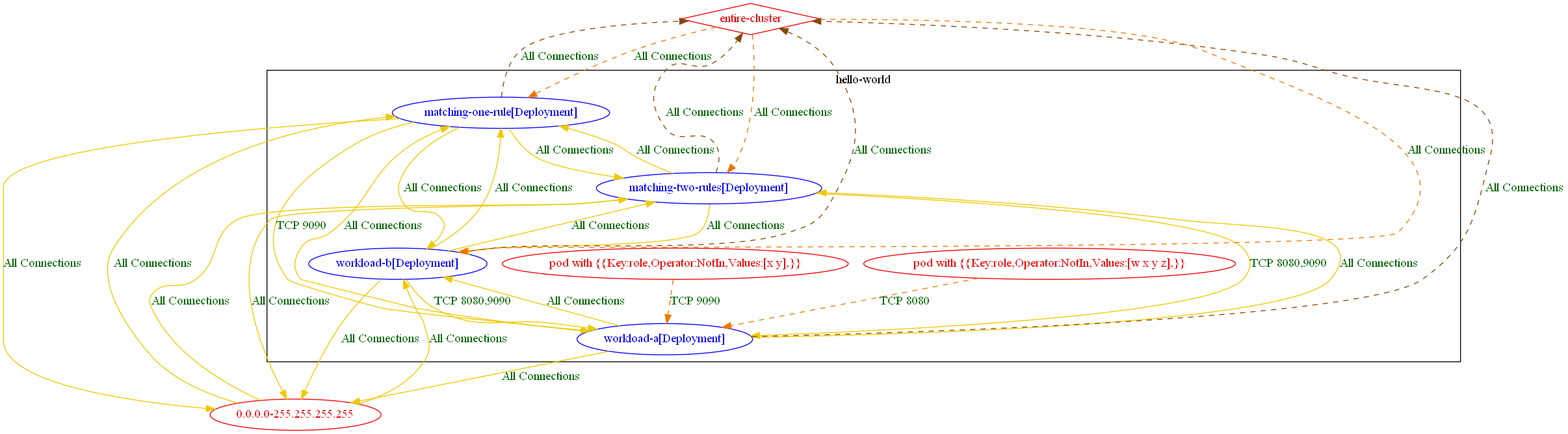
This is test_outputs/connlist/exposure_test_with_different_rules_4_with_matching_pods_exposure_output.dot.png from np-guard/netpol-analyzer, a Graphviz export, as it was before one commit. Its source is kept beside it as test_outputs/connlist/exposure_test_with_different_rules_4_with_matching_pods_exposure_output.dot. Its diagram source:
```dot
digraph {
	subgraph "cluster_hello_world" {
		color="black"
		fontcolor="black"
		"hello-world/matching-one-rule[Deployment]" [label="matching-one-rule[Deployment]" color="blue" fontcolor="blue"]
		"hello-world/matching-two-rules[Deployment]" [label="matching-two-rules[Deployment]" color="blue" fontcolor="blue"]
		"hello-world/workload-a[Deployment]" [label="workload-a[Deployment]" color="blue" fontcolor="blue"]
		"hello-world/workload-b[Deployment]" [label="workload-b[Deployment]" color="blue" fontcolor="blue"]
		"pod with {{Key:role,Operator:NotIn,Values:[w x y z],}}_in_hello-world" [label="pod with {{Key:role,Operator:NotIn,Values:[w x y z],}}" color="red2" fontcolor="red2"]
		"pod with {{Key:role,Operator:NotIn,Values:[x y],}}_in_hello-world" [label="pod with {{Key:role,Operator:NotIn,Values:[x y],}}" color="red2" fontcolor="red2"]
		label="hello-world"
	}
	"0.0.0.0-255.255.255.255" [label="0.0.0.0-255.255.255.255" color="red2" fontcolor="red2"]
	"entire-cluster" [label="entire-cluster" color="red2" fontcolor="red2" shape=diamond]
	"0.0.0.0-255.255.255.255" -> "hello-world/matching-one-rule[Deployment]" [label="All Connections" color="gold2" fontcolor="darkgreen" weight=0.5]
	"0.0.0.0-255.255.255.255" -> "hello-world/matching-two-rules[Deployment]" [label="All Connections" color="gold2" fontcolor="darkgreen" weight=0.5]
	"0.0.0.0-255.255.255.255" -> "hello-world/workload-b[Deployment]" [label="All Connections" color="gold2" fontcolor="darkgreen" weight=0.5]
	"entire-cluster" -> "hello-world/matching-one-rule[Deployment]" [label="All Connections" color="darkorange2" fontcolor="darkgreen" weight=1 style=dashed]
	"entire-cluster" -> "hello-world/matching-two-rules[Deployment]" [label="All Connections" color="darkorange2" fontcolor="darkgreen" weight=1 style=dashed]
	"entire-cluster" -> "hello-world/workload-b[Deployment]" [label="All Connections" color="darkorange2" fontcolor="darkgreen" weight=1 style=dashed]
	"hello-world/matching-one-rule[Deployment]" -> "0.0.0.0-255.255.255.255" [label="All Connections" color="gold2" fontcolor="darkgreen" weight=1]
	"hello-world/matching-one-rule[Deployment]" -> "entire-cluster" [label="All Connections" color="darkorange4" fontcolor="darkgreen" weight=0.5 style=dashed]
	"hello-world/matching-one-rule[Deployment]" -> "hello-world/matching-two-rules[Deployment]" [label="All Connections" color="gold2" fontcolor="darkgreen" weight=0.5]
	"hello-world/matching-one-rule[Deployment]" -> "hello-world/workload-a[Deployment]" [label="TCP 9090" color="gold2" fontcolor="darkgreen" weight=0.5]
	"hello-world/matching-one-rule[Deployment]" -> "hello-world/workload-b[Deployment]" [label="All Connections" color="gold2" fontcolor="darkgreen" weight=0.5]
	"hello-world/matching-two-rules[Deployment]" -> "0.0.0.0-255.255.255.255" [label="All Connections" color="gold2" fontcolor="darkgreen" weight=1]
	"hello-world/matching-two-rules[Deployment]" -> "entire-cluster" [label="All Connections" color="darkorange4" fontcolor="darkgreen" weight=0.5 style=dashed]
	"hello-world/matching-two-rules[Deployment]" -> "hello-world/matching-one-rule[Deployment]" [label="All Connections" color="gold2" fontcolor="darkgreen" weight=1]
	"hello-world/matching-two-rules[Deployment]" -> "hello-world/workload-a[Deployment]" [label="TCP 8080,9090" color="gold2" fontcolor="darkgreen" weight=0.5]
	"hello-world/matching-two-rules[Deployment]" -> "hello-world/workload-b[Deployment]" [label="All Connections" color="gold2" fontcolor="darkgreen" weight=0.5]
	"hello-world/workload-a[Deployment]" -> "0.0.0.0-255.255.255.255" [label="All Connections" color="gold2" fontcolor="darkgreen" weight=1]
	"hello-world/workload-a[Deployment]" -> "entire-cluster" [label="All Connections" color="darkorange4" fontcolor="darkgreen" weight=0.5 style=dashed]
	"hello-world/workload-a[Deployment]" -> "hello-world/matching-one-rule[Deployment]" [label="All Connections" color="gold2" fontcolor="darkgreen" weight=1]
	"hello-world/workload-a[Deployment]" -> "hello-world/matching-two-rules[Deployment]" [label="All Connections" color="gold2" fontcolor="darkgreen" weight=1]
	"hello-world/workload-a[Deployment]" -> "hello-world/workload-b[Deployment]" [label="All Connections" color="gold2" fontcolor="darkgreen" weight=0.5]
	"hello-world/workload-b[Deployment]" -> "0.0.0.0-255.255.255.255" [label="All Connections" color="gold2" fontcolor="darkgreen" weight=1]
	"hello-world/workload-b[Deployment]" -> "entire-cluster" [label="All Connections" color="darkorange4" fontcolor="darkgreen" weight=0.5 style=dashed]
	"hello-world/workload-b[Deployment]" -> "hello-world/matching-one-rule[Deployment]" [label="All Connections" color="gold2" fontcolor="darkgreen" weight=1]
	"hello-world/workload-b[Deployment]" -> "hello-world/matching-two-rules[Deployment]" [label="All Connections" color="gold2" fontcolor="darkgreen" weight=1]
	"hello-world/workload-b[Deployment]" -> "hello-world/workload-a[Deployment]" [label="TCP 8080,9090" color="gold2" fontcolor="darkgreen" weight=1]
	"pod with {{Key:role,Operator:NotIn,Values:[w x y z],}}_in_hello-world" -> "hello-world/workload-a[Deployment]" [label="TCP 8080" color="darkorange2" fontcolor="darkgreen" weight=1 style=dashed]
	"pod with {{Key:role,Operator:NotIn,Values:[x y],}}_in_hello-world" -> "hello-world/workload-a[Deployment]" [label="TCP 9090" color="darkorange2" fontcolor="darkgreen" weight=1 style=dashed]
}
```
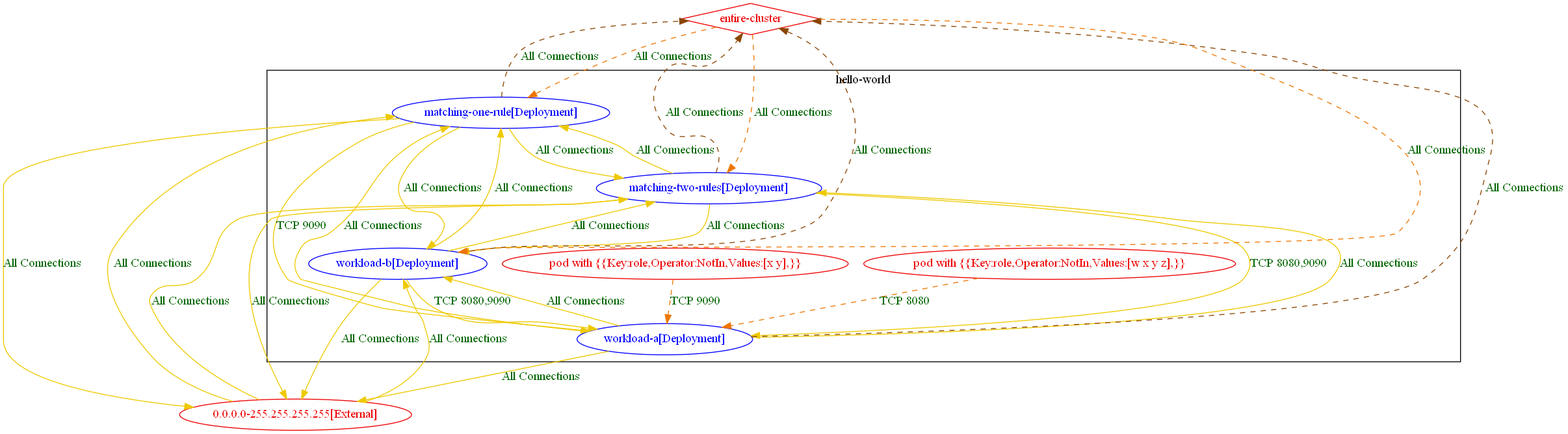
After the commit.

The edit, as a diff of the source:
```diff
@@ -10,30 +10,30 @@
 		"pod with {{Key:role,Operator:NotIn,Values:[x y],}}_in_hello-world" [label="pod with {{Key:role,Operator:NotIn,Values:[x y],}}" color="red2" fontcolor="red2"]
 		label="hello-world"
 	}
-	"0.0.0.0-255.255.255.255" [label="0.0.0.0-255.255.255.255" color="red2" fontcolor="red2"]
+	"0.0.0.0-255.255.255.255[External]" [label="0.0.0.0-255.255.255.255[External]" color="red2" fontcolor="red2"]
 	"entire-cluster" [label="entire-cluster" color="red2" fontcolor="red2" shape=diamond]
-	"0.0.0.0-255.255.255.255" -> "hello-world/matching-one-rule[Deployment]" [label="All Connections" color="gold2" fontcolor="darkgreen" weight=0.5]
-	"0.0.0.0-255.255.255.255" -> "hello-world/matching-two-rules[Deployment]" [label="All Connections" color="gold2" fontcolor="darkgreen" weight=0.5]
-	"0.0.0.0-255.255.255.255" -> "hello-world/workload-b[Deployment]" [label="All Connections" color="gold2" fontcolor="darkgreen" weight=0.5]
+	"0.0.0.0-255.255.255.255[External]" -> "hello-world/matching-one-rule[Deployment]" [label="All Connections" color="gold2" fontcolor="darkgreen" weight=0.5]
+	"0.0.0.0-255.255.255.255[External]" -> "hello-world/matching-two-rules[Deployment]" [label="All Connections" color="gold2" fontcolor="darkgreen" weight=0.5]
+	"0.0.0.0-255.255.255.255[External]" -> "hello-world/workload-b[Deployment]" [label="All Connections" color="gold2" fontcolor="darkgreen" weight=0.5]
 	"entire-cluster" -> "hello-world/matching-one-rule[Deployment]" [label="All Connections" color="darkorange2" fontcolor="darkgreen" weight=1 style=dashed]
 	"entire-cluster" -> "hello-world/matching-two-rules[Deployment]" [label="All Connections" color="darkorange2" fontcolor="darkgreen" weight=1 style=dashed]
 	"entire-cluster" -> "hello-world/workload-b[Deployment]" [label="All Connections" color="darkorange2" fontcolor="darkgreen" weight=1 style=dashed]
-	"hello-world/matching-one-rule[Deployment]" -> "0.0.0.0-255.255.255.255" [label="All Connections" color="gold2" fontcolor="darkgreen" weight=1]
+	"hello-world/matching-one-rule[Deployment]" -> "0.0.0.0-255.255.255.255[External]" [label="All Connections" color="gold2" fontcolor="darkgreen" weight=1]
 	"hello-world/matching-one-rule[Deployment]" -> "entire-cluster" [label="All Connections" color="darkorange4" fontcolor="darkgreen" weight=0.5 style=dashed]
 	"hello-world/matching-one-rule[Deployment]" -> "hello-world/matching-two-rules[Deployment]" [label="All Connections" color="gold2" fontcolor="darkgreen" weight=0.5]
 	"hello-world/matching-one-rule[Deployment]" -> "hello-world/workload-a[Deployment]" [label="TCP 9090" color="gold2" fontcolor="darkgreen" weight=0.5]
 	"hello-world/matching-one-rule[Deployment]" -> "hello-world/workload-b[Deployment]" [label="All Connections" color="gold2" fontcolor="darkgreen" weight=0.5]
-	"hello-world/matching-two-rules[Deployment]" -> "0.0.0.0-255.255.255.255" [label="All Connections" color="gold2" fontcolor="darkgreen" weight=1]
+	"hello-world/matching-two-rules[Deployment]" -> "0.0.0.0-255.255.255.255[External]" [label="All Connections" color="gold2" fontcolor="darkgreen" weight=1]
 	"hello-world/matching-two-rules[Deployment]" -> "entire-cluster" [label="All Connections" color="darkorange4" fontcolor="darkgreen" weight=0.5 style=dashed]
 	"hello-world/matching-two-rules[Deployment]" -> "hello-world/matching-one-rule[Deployment]" [label="All Connections" color="gold2" fontcolor="darkgreen" weight=1]
 	"hello-world/matching-two-rules[Deployment]" -> "hello-world/workload-a[Deployment]" [label="TCP 8080,9090" color="gold2" fontcolor="darkgreen" weight=0.5]
 	"hello-world/matching-two-rules[Deployment]" -> "hello-world/workload-b[Deployment]" [label="All Connections" color="gold2" fontcolor="darkgreen" weight=0.5]
-	"hello-world/workload-a[Deployment]" -> "0.0.0.0-255.255.255.255" [label="All Connections" color="gold2" fontcolor="darkgreen" weight=1]
+	"hello-world/workload-a[Deployment]" -> "0.0.0.0-255.255.255.255[External]" [label="All Connections" color="gold2" fontcolor="darkgreen" weight=1]
 	"hello-world/workload-a[Deployment]" -> "entire-cluster" [label="All Connections" color="darkorange4" fontcolor="darkgreen" weight=0.5 style=dashed]
 	"hello-world/workload-a[Deployment]" -> "hello-world/matching-one-rule[Deployment]" [label="All Connections" color="gold2" fontcolor="darkgreen" weight=1]
 	"hello-world/workload-a[Deployment]" -> "hello-world/matching-two-rules[Deployment]" [label="All Connections" color="gold2" fontcolor="darkgreen" weight=1]
 	"hello-world/workload-a[Deployment]" -> "hello-world/workload-b[Deployment]" [label="All Connections" color="gold2" fontcolor="darkgreen" weight=0.5]
-	"hello-world/workload-b[Deployment]" -> "0.0.0.0-255.255.255.255" [label="All Connections" color="gold2" fontcolor="darkgreen" weight=1]
+	"hello-world/workload-b[Deployment]" -> "0.0.0.0-255.255.255.255[External]" [label="All Connections" color="gold2" fontcolor="darkgreen" weight=1]
 	"hello-world/workload-b[Deployment]" -> "entire-cluster" [label="All Connections" color="darkorange4" fontcolor="darkgreen" weight=0.5 style=dashed]
 	"hello-world/workload-b[Deployment]" -> "hello-world/matching-one-rule[Deployment]" [label="All Connections" color="gold2" fontcolor="darkgreen" weight=1]
 	"hello-world/workload-b[Deployment]" -> "hello-world/matching-two-rules[Deployment]" [label="All Connections" color="gold2" fontcolor="darkgreen" weight=1]
```
